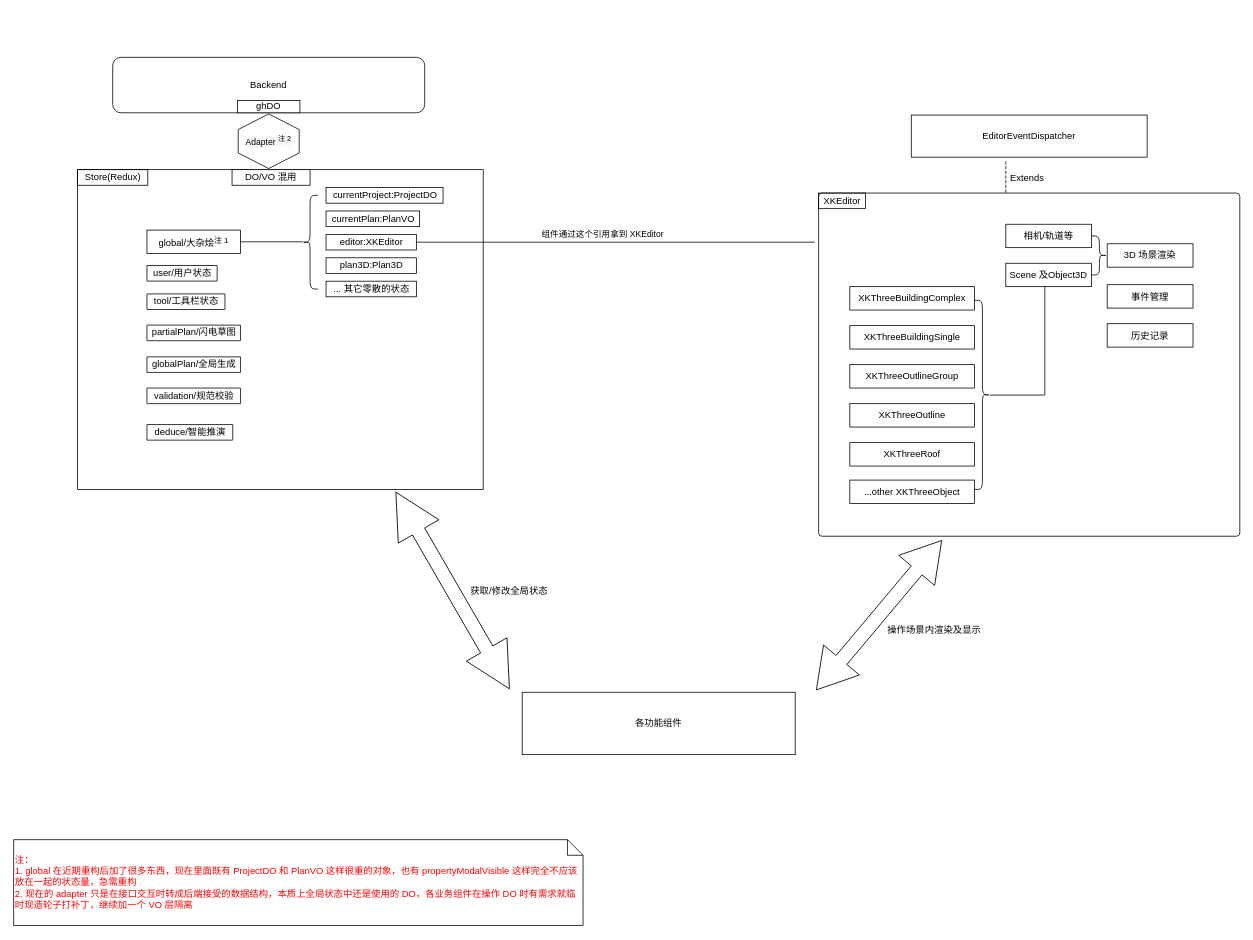
Before: xk/frontend_cad.drawio in fqd511/charts, a draw.io diagram. Source tidied: cells renumbered, new cells numbered last; positions are measured from the earlier drawing's top-left corner, leaving out a move shared by most shapes. Both pictures are drawn from the tidied source at 78%, with x=0, y=0 at pixel (13, 13).
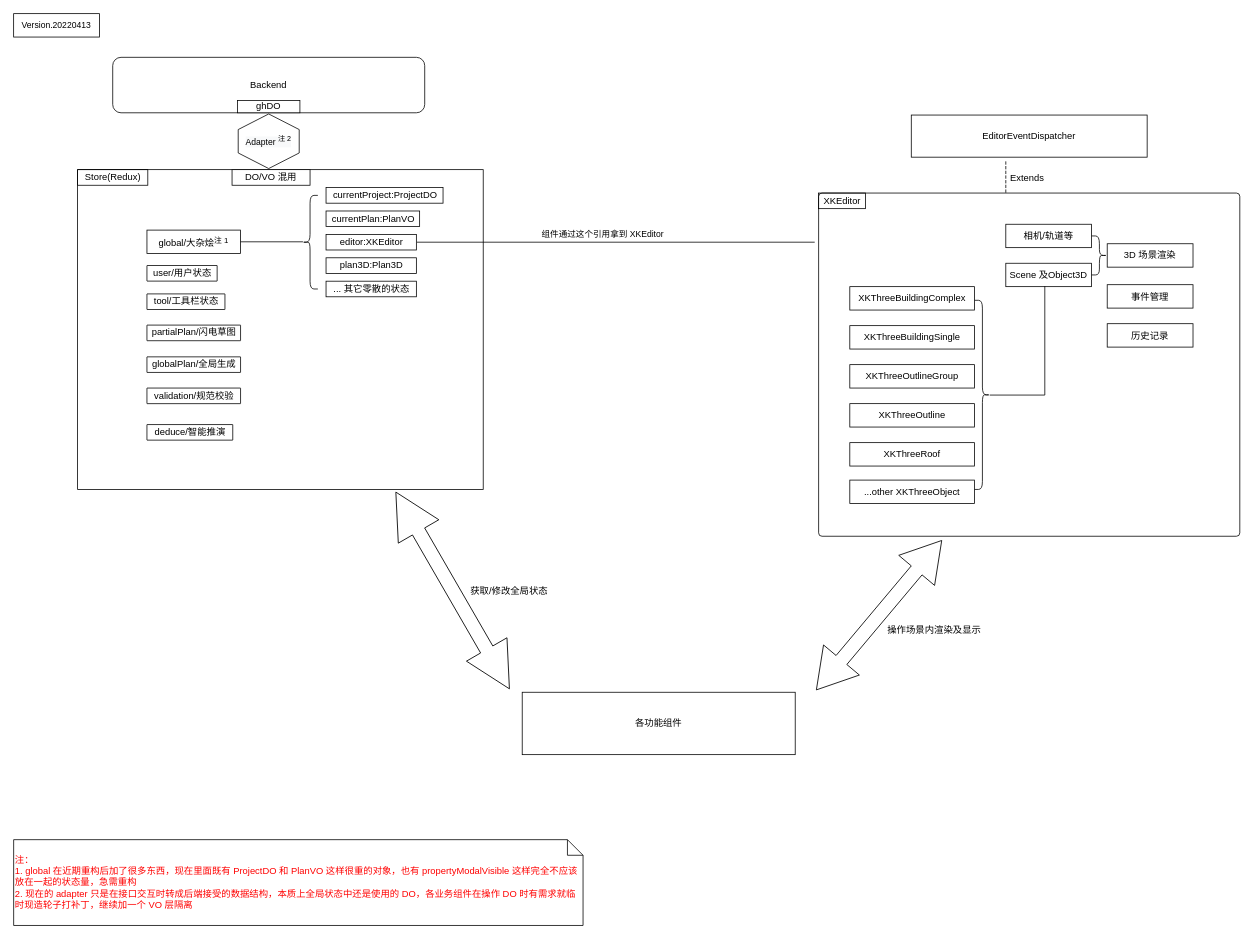
The same diagram, later.

What changed in the source:
```diff
@@
+    <mxCell id="64" value="Version.20220413" style="whiteSpace=wrap;html=1;rounded=0;fontSize=11;fontColor=#000000;strokeColor=default;strokeWidth=1;fillColor=default;" parent="1" vertex="1">
+      <mxGeometry width="110" height="30" as="geometry" />
+    </mxCell>
```
